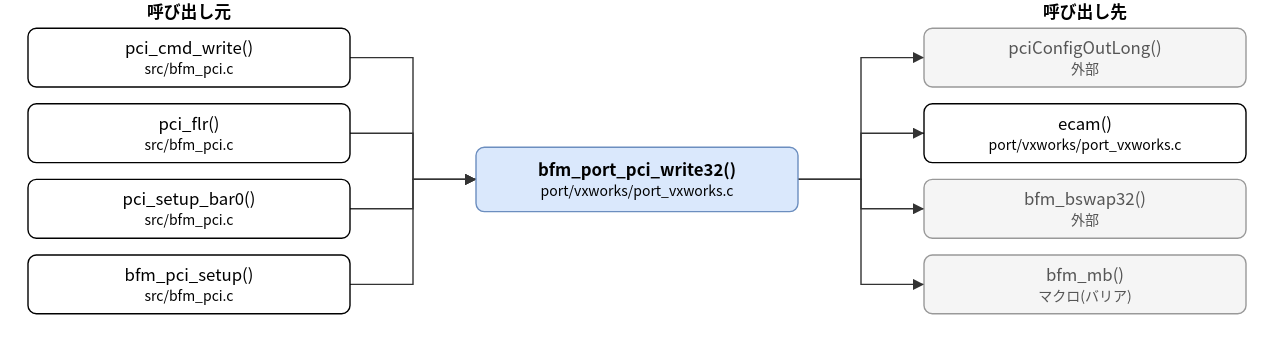
This is doc/spec/images/call_port_vxworks_port_vxworks__bfm_port_pci_write32.drawio.svg from hf355051012-ai/bfmem, a draw.io export, as it was before one commit. Source tidied: cells renumbered, new cells last; positions are measured from the earlier drawing's top-left corner, leaving out a move shared by most shapes.
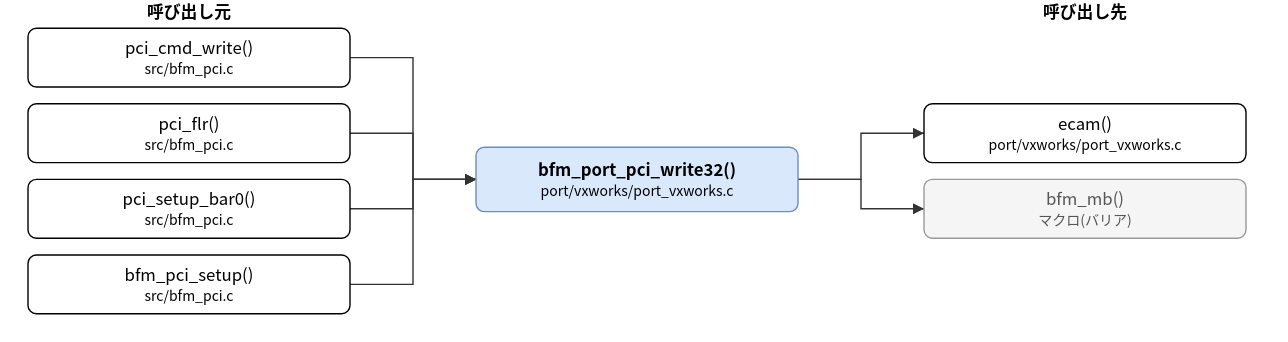
Later version of the same file.

The edit, as a diff of the source:
```diff
@@ -17,18 +17,12 @@
     <mxCell id="6" value="bfm_pci_setup()&lt;br&gt;&lt;font style=&quot;font-size:10px&quot;&gt;src/bfm_pci.c&lt;/font&gt;" style="rounded=1;whiteSpace=wrap;html=1;" parent="1" vertex="1">
       <mxGeometry y="182" width="230" height="42" as="geometry" />
     </mxCell>
-    <mxCell id="7" value="pciConfigOutLong()&lt;br&gt;&lt;font style=&quot;font-size:10px&quot;&gt;外部&lt;/font&gt;" style="rounded=1;whiteSpace=wrap;html=1;fillColor=#f5f5f5;strokeColor=#999999;fontColor=#555555;" parent="1" vertex="1">
-      <mxGeometry x="640" y="20" width="230" height="42" as="geometry" />
+    <mxCell id="7" value="ecam()&lt;br&gt;&lt;font style=&quot;font-size:10px&quot;&gt;port/vxworks/port_vxworks.c&lt;/font&gt;" style="rounded=1;whiteSpace=wrap;html=1;" parent="1" vertex="1">
+      <mxGeometry x="640" y="74" width="230" height="42" as="geometry" />
     </mxCell>
-    <mxCell id="8" value="ecam()&lt;br&gt;&lt;font style=&quot;font-size:10px&quot;&gt;port/vxworks/port_vxworks.c&lt;/font&gt;" style="rounded=1;whiteSpace=wrap;html=1;" parent="1" vertex="1">
-      <mxGeometry x="640" y="74" width="230" height="42" as="geometry" />
+    <mxCell id="8" value="bfm_mb()&lt;br&gt;&lt;font style=&quot;font-size:10px&quot;&gt;マクロ(バリア)&lt;/font&gt;" style="rounded=1;whiteSpace=wrap;html=1;fillColor=#f5f5f5;strokeColor=#999999;fontColor=#555555;" parent="1" vertex="1">
+      <mxGeometry x="640" y="128" width="230" height="42" as="geometry" />
     </mxCell>
-    <mxCell id="9" value="bfm_bswap32()&lt;br&gt;&lt;font style=&quot;font-size:10px&quot;&gt;外部&lt;/font&gt;" style="rounded=1;whiteSpace=wrap;html=1;fillColor=#f5f5f5;strokeColor=#999999;fontColor=#555555;" parent="1" vertex="1">
-      <mxGeometry x="640" y="128" width="230" height="42" as="geometry" />
-    </mxCell>
-    <mxCell id="10" value="bfm_mb()&lt;br&gt;&lt;font style=&quot;font-size:10px&quot;&gt;マクロ(バリア)&lt;/font&gt;" style="rounded=1;whiteSpace=wrap;html=1;fillColor=#f5f5f5;strokeColor=#999999;fontColor=#555555;" parent="1" vertex="1">
-      <mxGeometry x="640" y="182" width="230" height="42" as="geometry" />
-    </mxCell>
     <mxCell id="11" style="edgeStyle=none;html=1;rounded=0;endArrow=block;endFill=1;exitX=1.0000;exitY=0.5000;exitDx=0;exitDy=0;exitPerimeter=0;entryX=0.0000;entryY=0.5000;entryDx=0;entryDy=0;entryPerimeter=0;" parent="1" edge="1" source="3" target="2">
       <mxGeometry relative="1" as="geometry">
         <Array as="points">
@@ -65,7 +59,7 @@
       <mxGeometry relative="1" as="geometry">
         <Array as="points">
           <mxPoint x="595" y="128" />
-          <mxPoint x="595" y="41" />
+          <mxPoint x="595" y="95" />
         </Array>
       </mxGeometry>
     </mxCell>
@@ -73,26 +67,10 @@
       <mxGeometry relative="1" as="geometry">
         <Array as="points">
           <mxPoint x="595" y="128" />
-          <mxPoint x="595" y="95" />
+          <mxPoint x="595" y="149" />
         </Array>
       </mxGeometry>
     </mxCell>
-    <mxCell id="17" style="edgeStyle=none;html=1;rounded=0;endArrow=block;endFill=1;exitX=1.0000;exitY=0.5000;exitDx=0;exitDy=0;exitPerimeter=0;entryX=0.0000;entryY=0.5000;entryDx=0;entryDy=0;entryPerimeter=0;" parent="1" edge="1" source="2" target="9">
-      <mxGeometry relative="1" as="geometry">
-        <Array as="points">
-          <mxPoint x="595" y="128" />
-          <mxPoint x="595" y="149" />
-        </Array>
-      </mxGeometry>
-    </mxCell>
-    <mxCell id="18" style="edgeStyle=none;html=1;rounded=0;endArrow=block;endFill=1;exitX=1.0000;exitY=0.5000;exitDx=0;exitDy=0;exitPerimeter=0;entryX=0.0000;entryY=0.5000;entryDx=0;entryDy=0;entryPerimeter=0;" parent="1" edge="1" source="2" target="10">
-      <mxGeometry relative="1" as="geometry">
-        <Array as="points">
-          <mxPoint x="595" y="128" />
-          <mxPoint x="595" y="203" />
-        </Array>
-      </mxGeometry>
-    </mxCell>
     <mxCell id="19" value="呼び出し元" style="text;html=1;align=center;fontStyle=1;" parent="1" vertex="1">
       <mxGeometry x="35" width="160" height="18" as="geometry" />
     </mxCell>
```
